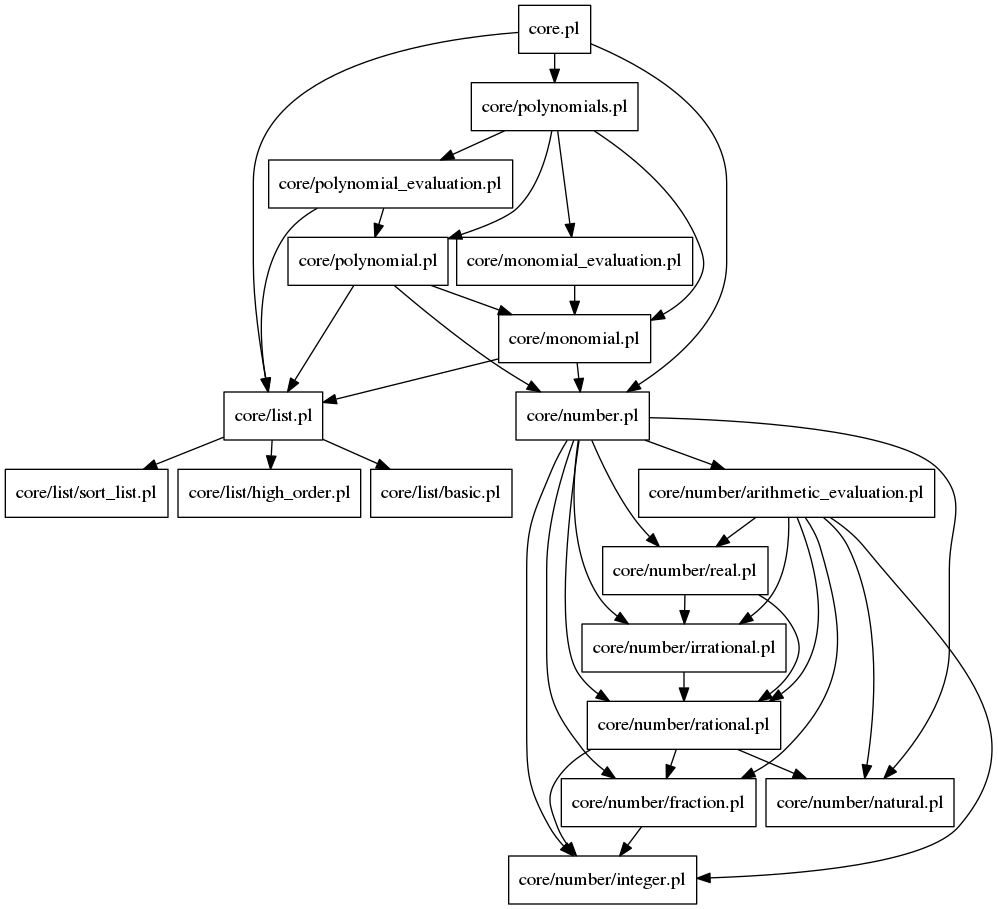
The Graphviz diagram docs/core.png in lluisalemanypuig/sycalc, before a commit. Its source is kept beside it as docs/.cache/core.dot. Source of this version:
```dot
digraph file_graph {
node [shape=rectangle]
nodesep = 0.1
ranksep = 0.3
"core/number/fraction.pl" -> "core/number/integer.pl"
"core/polynomials.pl" -> "core/polynomial_evaluation.pl"
"core/polynomials.pl" -> "core/monomial.pl"
"core/polynomials.pl" -> "core/polynomial.pl"
"core/polynomials.pl" -> "core/monomial_evaluation.pl"
"core/monomial_evaluation.pl" -> "core/monomial.pl"
"core/number/irrational.pl" -> "core/number/rational.pl"
"core/monomial.pl" -> "core/number.pl"
"core/monomial.pl" -> "core/list.pl"
"core/polynomial_evaluation.pl" -> "core/list.pl"
"core/polynomial_evaluation.pl" -> "core/polynomial.pl"
"core.pl" -> "core/polynomials.pl"
"core.pl" -> "core/number.pl"
"core.pl" -> "core/list.pl"
"core/number/arithmetic_evaluation.pl" -> "core/number/integer.pl"
"core/number/arithmetic_evaluation.pl" -> "core/number/natural.pl"
"core/number/arithmetic_evaluation.pl" -> "core/number/fraction.pl"
"core/number/arithmetic_evaluation.pl" -> "core/number/irrational.pl"
"core/number/arithmetic_evaluation.pl" -> "core/number/real.pl"
"core/number/arithmetic_evaluation.pl" -> "core/number/rational.pl"
"core/number.pl" -> "core/number/integer.pl"
"core/number.pl" -> "core/number/natural.pl"
"core/number.pl" -> "core/number/fraction.pl"
"core/number.pl" -> "core/number/irrational.pl"
"core/number.pl" -> "core/number/arithmetic_evaluation.pl"
"core/number.pl" -> "core/number/real.pl"
"core/number.pl" -> "core/number/rational.pl"
"core/list.pl" -> "core/list/sort_list.pl"
"core/list.pl" -> "core/list/high_order.pl"
"core/list.pl" -> "core/list/basic.pl"
"core/polynomial.pl" -> "core/monomial.pl"
"core/polynomial.pl" -> "core/number.pl"
"core/polynomial.pl" -> "core/list.pl"
"core/number/real.pl" -> "core/number/irrational.pl"
"core/number/real.pl" -> "core/number/rational.pl"
"core/number/rational.pl" -> "core/number/integer.pl"
"core/number/rational.pl" -> "core/number/natural.pl"
"core/number/rational.pl" -> "core/number/fraction.pl"
}
```
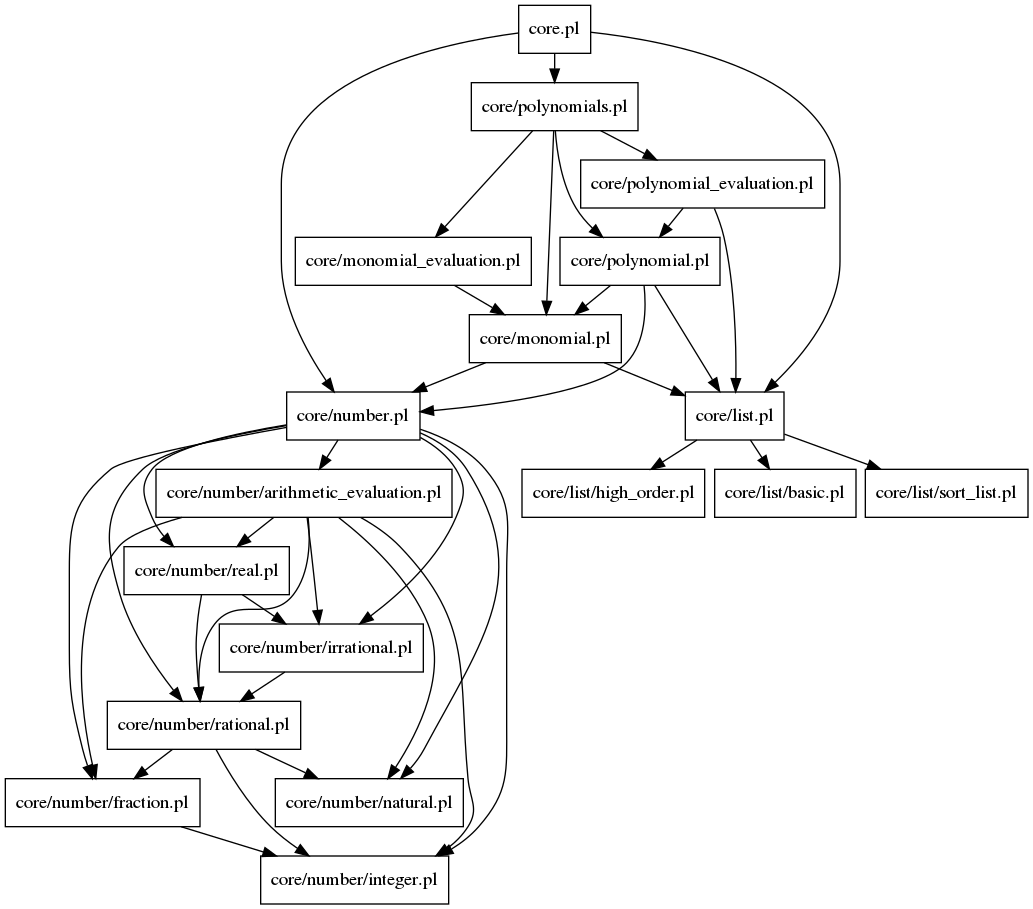
Above is the later version.

What changed in the source:
```diff
@@ -2,42 +2,42 @@
 node [shape=rectangle]
 nodesep = 0.1
 ranksep = 0.3
-"core/number/fraction.pl" -> "core/number/integer.pl"
+"core.pl" -> "core/number.pl"
+"core.pl" -> "core/list.pl"
+"core.pl" -> "core/polynomials.pl"
+"core/number.pl" -> "core/number/natural.pl"
+"core/number.pl" -> "core/number/rational.pl"
+"core/number.pl" -> "core/number/real.pl"
+"core/number.pl" -> "core/number/fraction.pl"
+"core/number.pl" -> "core/number/integer.pl"
+"core/number.pl" -> "core/number/irrational.pl"
+"core/number.pl" -> "core/number/arithmetic_evaluation.pl"
+"core/list.pl" -> "core/list/basic.pl"
+"core/list.pl" -> "core/list/sort_list.pl"
+"core/list.pl" -> "core/list/high_order.pl"
 "core/polynomials.pl" -> "core/polynomial_evaluation.pl"
-"core/polynomials.pl" -> "core/monomial.pl"
 "core/polynomials.pl" -> "core/polynomial.pl"
 "core/polynomials.pl" -> "core/monomial_evaluation.pl"
-"core/monomial_evaluation.pl" -> "core/monomial.pl"
+"core/polynomials.pl" -> "core/monomial.pl"
+"core/number/fraction.pl" -> "core/number/integer.pl"
+"core/number/rational.pl" -> "core/number/natural.pl"
+"core/number/rational.pl" -> "core/number/fraction.pl"
+"core/number/rational.pl" -> "core/number/integer.pl"
 "core/number/irrational.pl" -> "core/number/rational.pl"
+"core/number/real.pl" -> "core/number/rational.pl"
+"core/number/real.pl" -> "core/number/irrational.pl"
+"core/number/arithmetic_evaluation.pl" -> "core/number/natural.pl"
+"core/number/arithmetic_evaluation.pl" -> "core/number/rational.pl"
+"core/number/arithmetic_evaluation.pl" -> "core/number/real.pl"
+"core/number/arithmetic_evaluation.pl" -> "core/number/fraction.pl"
+"core/number/arithmetic_evaluation.pl" -> "core/number/integer.pl"
+"core/number/arithmetic_evaluation.pl" -> "core/number/irrational.pl"
 "core/monomial.pl" -> "core/number.pl"
 "core/monomial.pl" -> "core/list.pl"
+"core/monomial_evaluation.pl" -> "core/monomial.pl"
+"core/polynomial.pl" -> "core/number.pl"
+"core/polynomial.pl" -> "core/list.pl"
+"core/polynomial.pl" -> "core/monomial.pl"
 "core/polynomial_evaluation.pl" -> "core/list.pl"
 "core/polynomial_evaluation.pl" -> "core/polynomial.pl"
-"core.pl" -> "core/polynomials.pl"
-"core.pl" -> "core/number.pl"
-"core.pl" -> "core/list.pl"
-"core/number/arithmetic_evaluation.pl" -> "core/number/integer.pl"
-"core/number/arithmetic_evaluation.pl" -> "core/number/natural.pl"
-"core/number/arithmetic_evaluation.pl" -> "core/number/fraction.pl"
-"core/number/arithmetic_evaluation.pl" -> "core/number/irrational.pl"
-"core/number/arithmetic_evaluation.pl" -> "core/number/real.pl"
-"core/number/arithmetic_evaluation.pl" -> "core/number/rational.pl"
-"core/number.pl" -> "core/number/integer.pl"
-"core/number.pl" -> "core/number/natural.pl"
-"core/number.pl" -> "core/number/fraction.pl"
-"core/number.pl" -> "core/number/irrational.pl"
-"core/number.pl" -> "core/number/arithmetic_evaluation.pl"
-"core/number.pl" -> "core/number/real.pl"
-"core/number.pl" -> "core/number/rational.pl"
-"core/list.pl" -> "core/list/sort_list.pl"
-"core/list.pl" -> "core/list/high_order.pl"
-"core/list.pl" -> "core/list/basic.pl"
-"core/polynomial.pl" -> "core/monomial.pl"
-"core/polynomial.pl" -> "core/number.pl"
-"core/polynomial.pl" -> "core/list.pl"
-"core/number/real.pl" -> "core/number/irrational.pl"
-"core/number/real.pl" -> "core/number/rational.pl"
-"core/number/rational.pl" -> "core/number/integer.pl"
-"core/number/rational.pl" -> "core/number/natural.pl"
-"core/number/rational.pl" -> "core/number/fraction.pl"
 }
```
